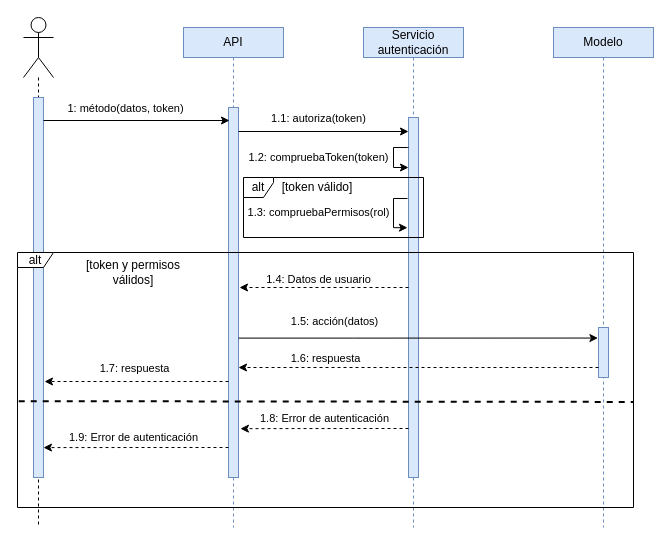
Earlier version of the draw.io diagram diseno/sistema/DS/autorizacion.drawio (corderop/TFG). Source tidied: cells renumbered, new cells numbered last; positions are measured from the earlier drawing's top-left corner, leaving out a move shared by most shapes. Both pictures are drawn from the tidied source at 100%, with x=0, y=0 at pixel (17, 17).
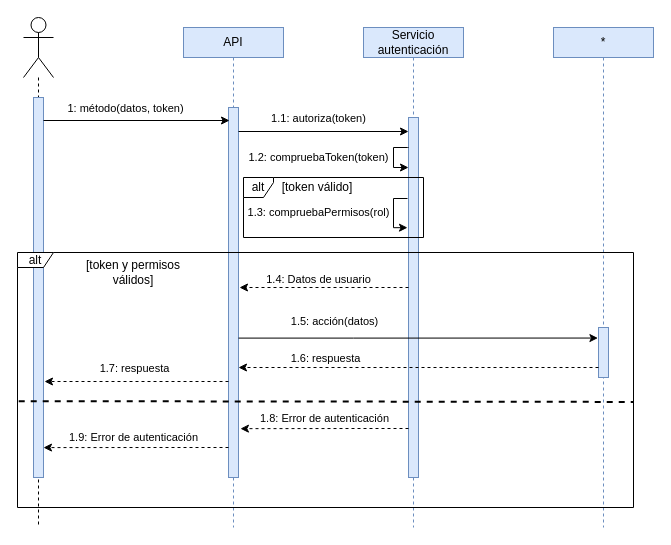
After the change.

What changed in the source:
```diff
@@
-    <mxCell id="12" value="&lt;div&gt;Modelo&lt;/div&gt;" style="shape=umlLifeline;perimeter=lifelinePerimeter;whiteSpace=wrap;html=1;size=30;fillColor=#dae8fc;strokeColor=#6c8ebf;" parent="1" vertex="1">
+    <mxCell id="12" value="*" style="shape=umlLifeline;perimeter=lifelinePerimeter;whiteSpace=wrap;html=1;size=30;fillColor=#dae8fc;strokeColor=#6c8ebf;" parent="1" vertex="1">
       <mxGeometry x="536" y="10" width="100" height="500" as="geometry" />
     </mxCell>
```
